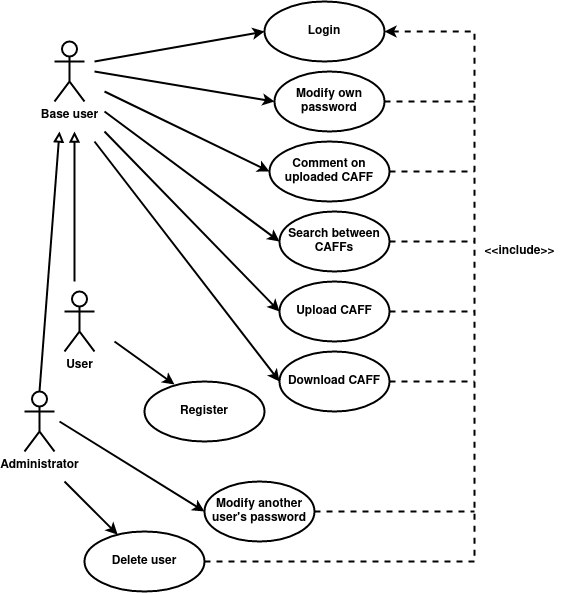
Before: Documentation/Use-case.png, a diagram exported from draw.io (nemkrisz11/Computer-Security-Homework-2021-SHAjt). Source tidied: cells renumbered, new cells last; positions are measured from the earlier drawing's top-left corner, leaving out a move shared by most shapes.
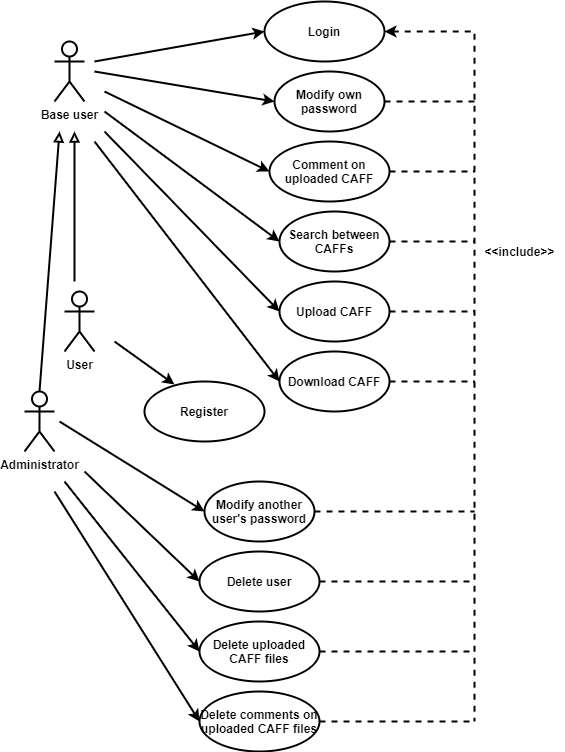
After the commit.

Commit message:
updated use_case

What changed in the source:
```diff
@@ -8,11 +8,11 @@
     <mxCell id="3" value="&lt;b&gt;Administrator&lt;/b&gt;" style="shape=umlActor;verticalLabelPosition=bottom;verticalAlign=top;html=1;outlineConnect=0;strokeWidth=2;" parent="1" vertex="1">
       <mxGeometry y="390" width="30" height="60" as="geometry" />
     </mxCell>
-    <mxCell id="4" style="edgeStyle=orthogonalEdgeStyle;rounded=0;jettySize=auto;html=1;exitX=1;exitY=0.5;exitDx=0;exitDy=0;startArrow=classic;startFill=1;endArrow=none;endFill=0;endSize=6;strokeWidth=2;dashed=1;" parent="1" edge="1" source="5">
-      <mxGeometry relative="1" as="geometry">
-        <mxPoint x="450" y="560" as="targetPoint" />
-      </mxGeometry>
-    </mxCell>
+    <mxCell id="34" style="edgeStyle=orthogonalEdgeStyle;rounded=0;jettySize=auto;html=1;exitX=1;exitY=0.5;exitDx=0;exitDy=0;startArrow=classic;startFill=1;endArrow=none;endFill=0;endSize=6;strokeWidth=2;dashed=1;" parent="1" edge="1" source="5">
+      <mxGeometry relative="1" as="geometry">
+        <mxPoint x="450" y="720" as="targetPoint" />
+      </mxGeometry>
+    </mxCell>
     <mxCell id="5" value="&lt;b&gt;Login&lt;/b&gt;" style="ellipse;whiteSpace=wrap;html=1;strokeWidth=2;" parent="1" vertex="1">
       <mxGeometry x="240" width="120" height="60" as="geometry" />
     </mxCell>
@@ -29,7 +29,7 @@
       <mxGeometry x="255" y="210" width="110" height="60" as="geometry" />
     </mxCell>
     <mxCell id="10" value="&lt;b&gt;Delete user&lt;/b&gt;" style="ellipse;whiteSpace=wrap;html=1;strokeWidth=2;" parent="1" vertex="1">
-      <mxGeometry x="60" y="530" width="120" height="60" as="geometry" />
+      <mxGeometry x="175" y="550" width="120" height="60" as="geometry" />
     </mxCell>
     <mxCell id="11" value="&lt;b&gt;Register&lt;/b&gt;" style="ellipse;whiteSpace=wrap;html=1;strokeWidth=2;" parent="1" vertex="1">
       <mxGeometry x="120" y="380" width="120" height="60" as="geometry" />
@@ -37,105 +37,131 @@
     <mxCell id="12" value="&lt;b&gt;Comment on uploaded CAFF&lt;/b&gt;" style="ellipse;whiteSpace=wrap;html=1;strokeWidth=2;" parent="1" vertex="1">
       <mxGeometry x="245" y="140" width="120" height="60" as="geometry" />
     </mxCell>
-    <mxCell id="13" style="endArrow=classic;html=1;rounded=0;entryX=0;entryY=0.5;entryDx=0;entryDy=0;strokeWidth=2;" parent="1" edge="1" target="5">
-      <mxGeometry relative="1" as="geometry">
-        <mxPoint x="70" y="60" as="sourcePoint" />
-      </mxGeometry>
-    </mxCell>
-    <mxCell id="14" style="endArrow=classic;html=1;rounded=0;entryX=0;entryY=0.5;entryDx=0;entryDy=0;strokeWidth=2;" parent="1" edge="1" target="12">
-      <mxGeometry relative="1" as="geometry">
-        <mxPoint x="80" y="90" as="sourcePoint" />
-      </mxGeometry>
-    </mxCell>
-    <mxCell id="15" style="endArrow=classic;html=1;rounded=0;entryX=0;entryY=0.5;entryDx=0;entryDy=0;strokeWidth=2;" parent="1" edge="1" target="8">
-      <mxGeometry relative="1" as="geometry">
-        <mxPoint x="70" y="70" as="sourcePoint" />
-      </mxGeometry>
-    </mxCell>
-    <mxCell id="16" style="endArrow=classic;html=1;rounded=0;entryX=0;entryY=0.5;entryDx=0;entryDy=0;strokeWidth=2;" parent="1" edge="1" target="9">
-      <mxGeometry relative="1" as="geometry">
-        <mxPoint x="80" y="110" as="sourcePoint" />
-      </mxGeometry>
-    </mxCell>
-    <mxCell id="17" style="endArrow=classic;html=1;rounded=0;strokeWidth=2;" parent="1" edge="1" target="10">
-      <mxGeometry relative="1" as="geometry">
-        <mxPoint x="40" y="480" as="sourcePoint" />
-      </mxGeometry>
-    </mxCell>
+    <mxCell id="35" style="endArrow=classic;html=1;rounded=0;entryX=0;entryY=0.5;entryDx=0;entryDy=0;strokeWidth=2;" parent="1" edge="1" target="5">
+      <mxGeometry relative="1" as="geometry">
+        <mxPoint x="70" y="60" as="sourcePoint" />
+      </mxGeometry>
+    </mxCell>
+    <mxCell id="36" style="endArrow=classic;html=1;rounded=0;entryX=0;entryY=0.5;entryDx=0;entryDy=0;strokeWidth=2;" parent="1" edge="1" target="12">
+      <mxGeometry relative="1" as="geometry">
+        <mxPoint x="80" y="90" as="sourcePoint" />
+      </mxGeometry>
+    </mxCell>
+    <mxCell id="37" style="endArrow=classic;html=1;rounded=0;entryX=0;entryY=0.5;entryDx=0;entryDy=0;strokeWidth=2;" parent="1" edge="1" target="8">
+      <mxGeometry relative="1" as="geometry">
+        <mxPoint x="70" y="70" as="sourcePoint" />
+      </mxGeometry>
+    </mxCell>
+    <mxCell id="38" style="endArrow=classic;html=1;rounded=0;entryX=0;entryY=0.5;entryDx=0;entryDy=0;strokeWidth=2;" parent="1" edge="1" target="9">
+      <mxGeometry relative="1" as="geometry">
+        <mxPoint x="80" y="110" as="sourcePoint" />
+      </mxGeometry>
+    </mxCell>
+    <mxCell id="39" style="endArrow=classic;html=1;rounded=0;strokeWidth=2;entryX=0;entryY=0.5;entryDx=0;entryDy=0;" parent="1" edge="1" target="10">
+      <mxGeometry relative="1" as="geometry">
+        <mxPoint x="60" y="470" as="sourcePoint" />
+      </mxGeometry>
+    </mxCell>
     <mxCell id="18" value="&lt;b&gt;Modify another user's password&lt;/b&gt;" style="ellipse;whiteSpace=wrap;html=1;strokeWidth=2;" parent="1" vertex="1">
       <mxGeometry x="180" y="480" width="110" height="60" as="geometry" />
     </mxCell>
-    <mxCell id="19" style="endArrow=classic;html=1;rounded=0;entryX=0;entryY=0.5;entryDx=0;entryDy=0;strokeWidth=2;" parent="1" edge="1" target="18">
-      <mxGeometry relative="1" as="geometry">
-        <mxPoint x="35" y="420" as="sourcePoint" />
-      </mxGeometry>
-    </mxCell>
-    <mxCell id="20" style="endArrow=classic;html=1;rounded=0;entryX=0;entryY=0.5;entryDx=0;entryDy=0;strokeWidth=2;" parent="1" edge="1" target="6">
-      <mxGeometry relative="1" as="geometry">
-        <mxPoint x="80" y="130" as="sourcePoint" />
-      </mxGeometry>
-    </mxCell>
-    <mxCell id="21" style="endArrow=classic;html=1;rounded=0;strokeWidth=2;entryX=0.25;entryY=0.05;entryDx=0;entryDy=0;entryPerimeter=0;" parent="1" edge="1" target="11">
-      <mxGeometry relative="1" as="geometry">
-        <mxPoint x="90" y="340" as="sourcePoint" />
-      </mxGeometry>
-    </mxCell>
-    <mxCell id="22" style="endArrow=none;html=1;rounded=0;entryX=0.5;entryY=0;entryDx=0;entryDy=0;entryPerimeter=0;endFill=0;strokeWidth=2;endSize=6;startArrow=block;startFill=0;" parent="1" edge="1" target="3">
-      <mxGeometry relative="1" as="geometry">
-        <mxPoint x="35" y="130" as="sourcePoint" />
-      </mxGeometry>
-    </mxCell>
+    <mxCell id="40" style="endArrow=classic;html=1;rounded=0;entryX=0;entryY=0.5;entryDx=0;entryDy=0;strokeWidth=2;" parent="1" edge="1" target="18">
+      <mxGeometry relative="1" as="geometry">
+        <mxPoint x="35" y="420" as="sourcePoint" />
+      </mxGeometry>
+    </mxCell>
+    <mxCell id="41" style="endArrow=classic;html=1;rounded=0;entryX=0;entryY=0.5;entryDx=0;entryDy=0;strokeWidth=2;" parent="1" edge="1" target="6">
+      <mxGeometry relative="1" as="geometry">
+        <mxPoint x="80" y="130" as="sourcePoint" />
+      </mxGeometry>
+    </mxCell>
+    <mxCell id="42" style="endArrow=classic;html=1;rounded=0;strokeWidth=2;entryX=0.25;entryY=0.05;entryDx=0;entryDy=0;entryPerimeter=0;" parent="1" edge="1" target="11">
+      <mxGeometry relative="1" as="geometry">
+        <mxPoint x="90" y="340" as="sourcePoint" />
+      </mxGeometry>
+    </mxCell>
+    <mxCell id="43" style="endArrow=none;html=1;rounded=0;entryX=0.5;entryY=0;entryDx=0;entryDy=0;entryPerimeter=0;endFill=0;strokeWidth=2;endSize=6;startArrow=block;startFill=0;" parent="1" edge="1" target="3">
+      <mxGeometry relative="1" as="geometry">
+        <mxPoint x="35" y="130" as="sourcePoint" />
+      </mxGeometry>
+    </mxCell>
     <mxCell id="23" value="&lt;b&gt;User&lt;/b&gt;" style="shape=umlActor;verticalLabelPosition=bottom;verticalAlign=top;html=1;strokeWidth=2;" parent="1" vertex="1">
       <mxGeometry x="40" y="290" width="30" height="60" as="geometry" />
     </mxCell>
-    <mxCell id="24" style="endArrow=none;html=1;rounded=0;endFill=0;strokeWidth=2;endSize=6;startArrow=block;startFill=0;" parent="1" edge="1">
-      <mxGeometry relative="1" as="geometry">
-        <mxPoint x="50" y="130" as="sourcePoint" />
-        <mxPoint x="50" y="280" as="targetPoint" />
-      </mxGeometry>
-    </mxCell>
-    <mxCell id="25" style="endArrow=classic;html=1;rounded=0;entryX=0;entryY=0.5;entryDx=0;entryDy=0;strokeWidth=2;" parent="1" edge="1" target="7">
-      <mxGeometry relative="1" as="geometry">
-        <mxPoint x="70" y="140" as="sourcePoint" />
-      </mxGeometry>
-    </mxCell>
-    <mxCell id="26" style="rounded=0;jettySize=auto;html=1;exitX=1;exitY=0.5;exitDx=0;exitDy=0;startArrow=none;startFill=0;endArrow=none;endFill=0;endSize=6;strokeWidth=2;dashed=1;" parent="1" edge="1" source="8">
-      <mxGeometry relative="1" as="geometry">
-        <mxPoint x="450" y="100" as="targetPoint" />
-      </mxGeometry>
-    </mxCell>
-    <mxCell id="27" style="rounded=0;jettySize=auto;html=1;exitX=1;exitY=0.5;exitDx=0;exitDy=0;startArrow=none;startFill=0;endArrow=none;endFill=0;endSize=6;strokeWidth=2;dashed=1;" parent="1" edge="1" source="12">
-      <mxGeometry relative="1" as="geometry">
-        <mxPoint x="450" y="170" as="targetPoint" />
-      </mxGeometry>
-    </mxCell>
-    <mxCell id="28" style="rounded=0;jettySize=auto;html=1;exitX=1;exitY=0.5;exitDx=0;exitDy=0;startArrow=none;startFill=0;endArrow=none;endFill=0;endSize=6;strokeWidth=2;dashed=1;" parent="1" edge="1" source="9">
-      <mxGeometry relative="1" as="geometry">
-        <mxPoint x="450" y="240" as="targetPoint" />
-      </mxGeometry>
-    </mxCell>
-    <mxCell id="29" style="rounded=0;jettySize=auto;html=1;exitX=1;exitY=0.5;exitDx=0;exitDy=0;startArrow=none;startFill=0;endArrow=none;endFill=0;endSize=6;strokeWidth=2;dashed=1;" parent="1" edge="1" source="6">
-      <mxGeometry relative="1" as="geometry">
-        <mxPoint x="450" y="310" as="targetPoint" />
-      </mxGeometry>
-    </mxCell>
-    <mxCell id="30" style="rounded=0;jettySize=auto;html=1;exitX=1;exitY=0.5;exitDx=0;exitDy=0;startArrow=none;startFill=0;endArrow=none;endFill=0;endSize=6;strokeWidth=2;dashed=1;" parent="1" edge="1" source="7">
-      <mxGeometry relative="1" as="geometry">
-        <mxPoint x="450" y="380" as="targetPoint" />
-      </mxGeometry>
-    </mxCell>
-    <mxCell id="31" style="rounded=0;jettySize=auto;html=1;exitX=1;exitY=0.5;exitDx=0;exitDy=0;startArrow=none;startFill=0;endArrow=none;endFill=0;endSize=6;strokeWidth=2;dashed=1;" parent="1" edge="1" source="18">
-      <mxGeometry relative="1" as="geometry">
-        <mxPoint x="450" y="510" as="targetPoint" />
-      </mxGeometry>
-    </mxCell>
-    <mxCell id="32" style="rounded=0;jettySize=auto;html=1;exitX=1;exitY=0.5;exitDx=0;exitDy=0;startArrow=none;startFill=0;endArrow=none;endFill=0;endSize=6;strokeWidth=2;dashed=1;" parent="1" edge="1" source="10">
-      <mxGeometry relative="1" as="geometry">
-        <mxPoint x="450" y="560" as="targetPoint" />
-      </mxGeometry>
-    </mxCell>
+    <mxCell id="44" style="endArrow=none;html=1;rounded=0;endFill=0;strokeWidth=2;endSize=6;startArrow=block;startFill=0;" parent="1" edge="1">
+      <mxGeometry relative="1" as="geometry">
+        <mxPoint x="50" y="130" as="sourcePoint" />
+        <mxPoint x="50" y="280" as="targetPoint" />
+      </mxGeometry>
+    </mxCell>
+    <mxCell id="45" style="endArrow=classic;html=1;rounded=0;entryX=0;entryY=0.5;entryDx=0;entryDy=0;strokeWidth=2;" parent="1" edge="1" target="7">
+      <mxGeometry relative="1" as="geometry">
+        <mxPoint x="70" y="140" as="sourcePoint" />
+      </mxGeometry>
+    </mxCell>
+    <mxCell id="46" style="rounded=0;jettySize=auto;html=1;exitX=1;exitY=0.5;exitDx=0;exitDy=0;startArrow=none;startFill=0;endArrow=none;endFill=0;endSize=6;strokeWidth=2;dashed=1;" parent="1" edge="1" source="8">
+      <mxGeometry relative="1" as="geometry">
+        <mxPoint x="450" y="100" as="targetPoint" />
+      </mxGeometry>
+    </mxCell>
+    <mxCell id="47" style="rounded=0;jettySize=auto;html=1;exitX=1;exitY=0.5;exitDx=0;exitDy=0;startArrow=none;startFill=0;endArrow=none;endFill=0;endSize=6;strokeWidth=2;dashed=1;" parent="1" edge="1" source="12">
+      <mxGeometry relative="1" as="geometry">
+        <mxPoint x="450" y="170" as="targetPoint" />
+      </mxGeometry>
+    </mxCell>
+    <mxCell id="48" style="rounded=0;jettySize=auto;html=1;exitX=1;exitY=0.5;exitDx=0;exitDy=0;startArrow=none;startFill=0;endArrow=none;endFill=0;endSize=6;strokeWidth=2;dashed=1;" parent="1" edge="1" source="9">
+      <mxGeometry relative="1" as="geometry">
+        <mxPoint x="450" y="240" as="targetPoint" />
+      </mxGeometry>
+    </mxCell>
+    <mxCell id="49" style="rounded=0;jettySize=auto;html=1;exitX=1;exitY=0.5;exitDx=0;exitDy=0;startArrow=none;startFill=0;endArrow=none;endFill=0;endSize=6;strokeWidth=2;dashed=1;" parent="1" edge="1" source="6">
+      <mxGeometry relative="1" as="geometry">
+        <mxPoint x="450" y="310" as="targetPoint" />
+      </mxGeometry>
+    </mxCell>
+    <mxCell id="50" style="rounded=0;jettySize=auto;html=1;exitX=1;exitY=0.5;exitDx=0;exitDy=0;startArrow=none;startFill=0;endArrow=none;endFill=0;endSize=6;strokeWidth=2;dashed=1;" parent="1" edge="1" source="7">
+      <mxGeometry relative="1" as="geometry">
+        <mxPoint x="450" y="380" as="targetPoint" />
+      </mxGeometry>
+    </mxCell>
+    <mxCell id="51" style="rounded=0;jettySize=auto;html=1;exitX=1;exitY=0.5;exitDx=0;exitDy=0;startArrow=none;startFill=0;endArrow=none;endFill=0;endSize=6;strokeWidth=2;dashed=1;" parent="1" edge="1" source="18">
+      <mxGeometry relative="1" as="geometry">
+        <mxPoint x="450" y="510" as="targetPoint" />
+      </mxGeometry>
+    </mxCell>
+    <mxCell id="52" style="rounded=0;jettySize=auto;html=1;exitX=1;exitY=0.5;exitDx=0;exitDy=0;startArrow=none;startFill=0;endArrow=none;endFill=0;endSize=6;strokeWidth=2;dashed=1;" parent="1" edge="1" source="10">
+      <mxGeometry relative="1" as="geometry">
+        <mxPoint x="450" y="580" as="targetPoint" />
+      </mxGeometry>
+    </mxCell>
     <mxCell id="33" value="&lt;b&gt;&amp;lt;&amp;lt;include&amp;gt;&amp;gt;&lt;/b&gt;" style="text;html=1;align=center;verticalAlign=middle;strokeColor=none;fillColor=none;" parent="1" vertex="1">
       <mxGeometry x="450" y="240" width="90" height="20" as="geometry" />
     </mxCell>
+    <mxCell id="53" value="&lt;b&gt;Delete uploaded CAFF files&lt;/b&gt;" style="ellipse;whiteSpace=wrap;html=1;strokeWidth=2;" parent="1" vertex="1">
+      <mxGeometry x="175" y="620" width="120" height="60" as="geometry" />
+    </mxCell>
+    <mxCell id="54" style="endArrow=classic;html=1;rounded=0;strokeWidth=2;entryX=0;entryY=0.5;entryDx=0;entryDy=0;" parent="1" edge="1" target="53">
+      <mxGeometry relative="1" as="geometry">
+        <mxPoint x="40" y="480" as="sourcePoint" />
+      </mxGeometry>
+    </mxCell>
+    <mxCell id="55" style="rounded=0;jettySize=auto;html=1;exitX=1;exitY=0.5;exitDx=0;exitDy=0;startArrow=none;startFill=0;endArrow=none;endFill=0;endSize=6;strokeWidth=2;dashed=1;" parent="1" edge="1" source="53">
+      <mxGeometry relative="1" as="geometry">
+        <mxPoint x="450" y="650" as="targetPoint" />
+      </mxGeometry>
+    </mxCell>
+    <mxCell id="56" value="&lt;b&gt;Delete comments on uploaded CAFF files&lt;/b&gt;" style="ellipse;whiteSpace=wrap;html=1;strokeWidth=2;" parent="1" vertex="1">
+      <mxGeometry x="175" y="690" width="120" height="60" as="geometry" />
+    </mxCell>
+    <mxCell id="57" style="endArrow=classic;html=1;rounded=0;strokeWidth=2;entryX=0;entryY=0.5;entryDx=0;entryDy=0;" parent="1" edge="1" target="56">
+      <mxGeometry relative="1" as="geometry">
+        <mxPoint x="30" y="490" as="sourcePoint" />
+      </mxGeometry>
+    </mxCell>
+    <mxCell id="58" style="rounded=0;jettySize=auto;html=1;exitX=1;exitY=0.5;exitDx=0;exitDy=0;startArrow=none;startFill=0;endArrow=none;endFill=0;endSize=6;strokeWidth=2;dashed=1;" parent="1" edge="1" source="56">
+      <mxGeometry relative="1" as="geometry">
+        <mxPoint x="450" y="720" as="targetPoint" />
+      </mxGeometry>
+    </mxCell>
   </root>
 </mxGraphModel>
```
